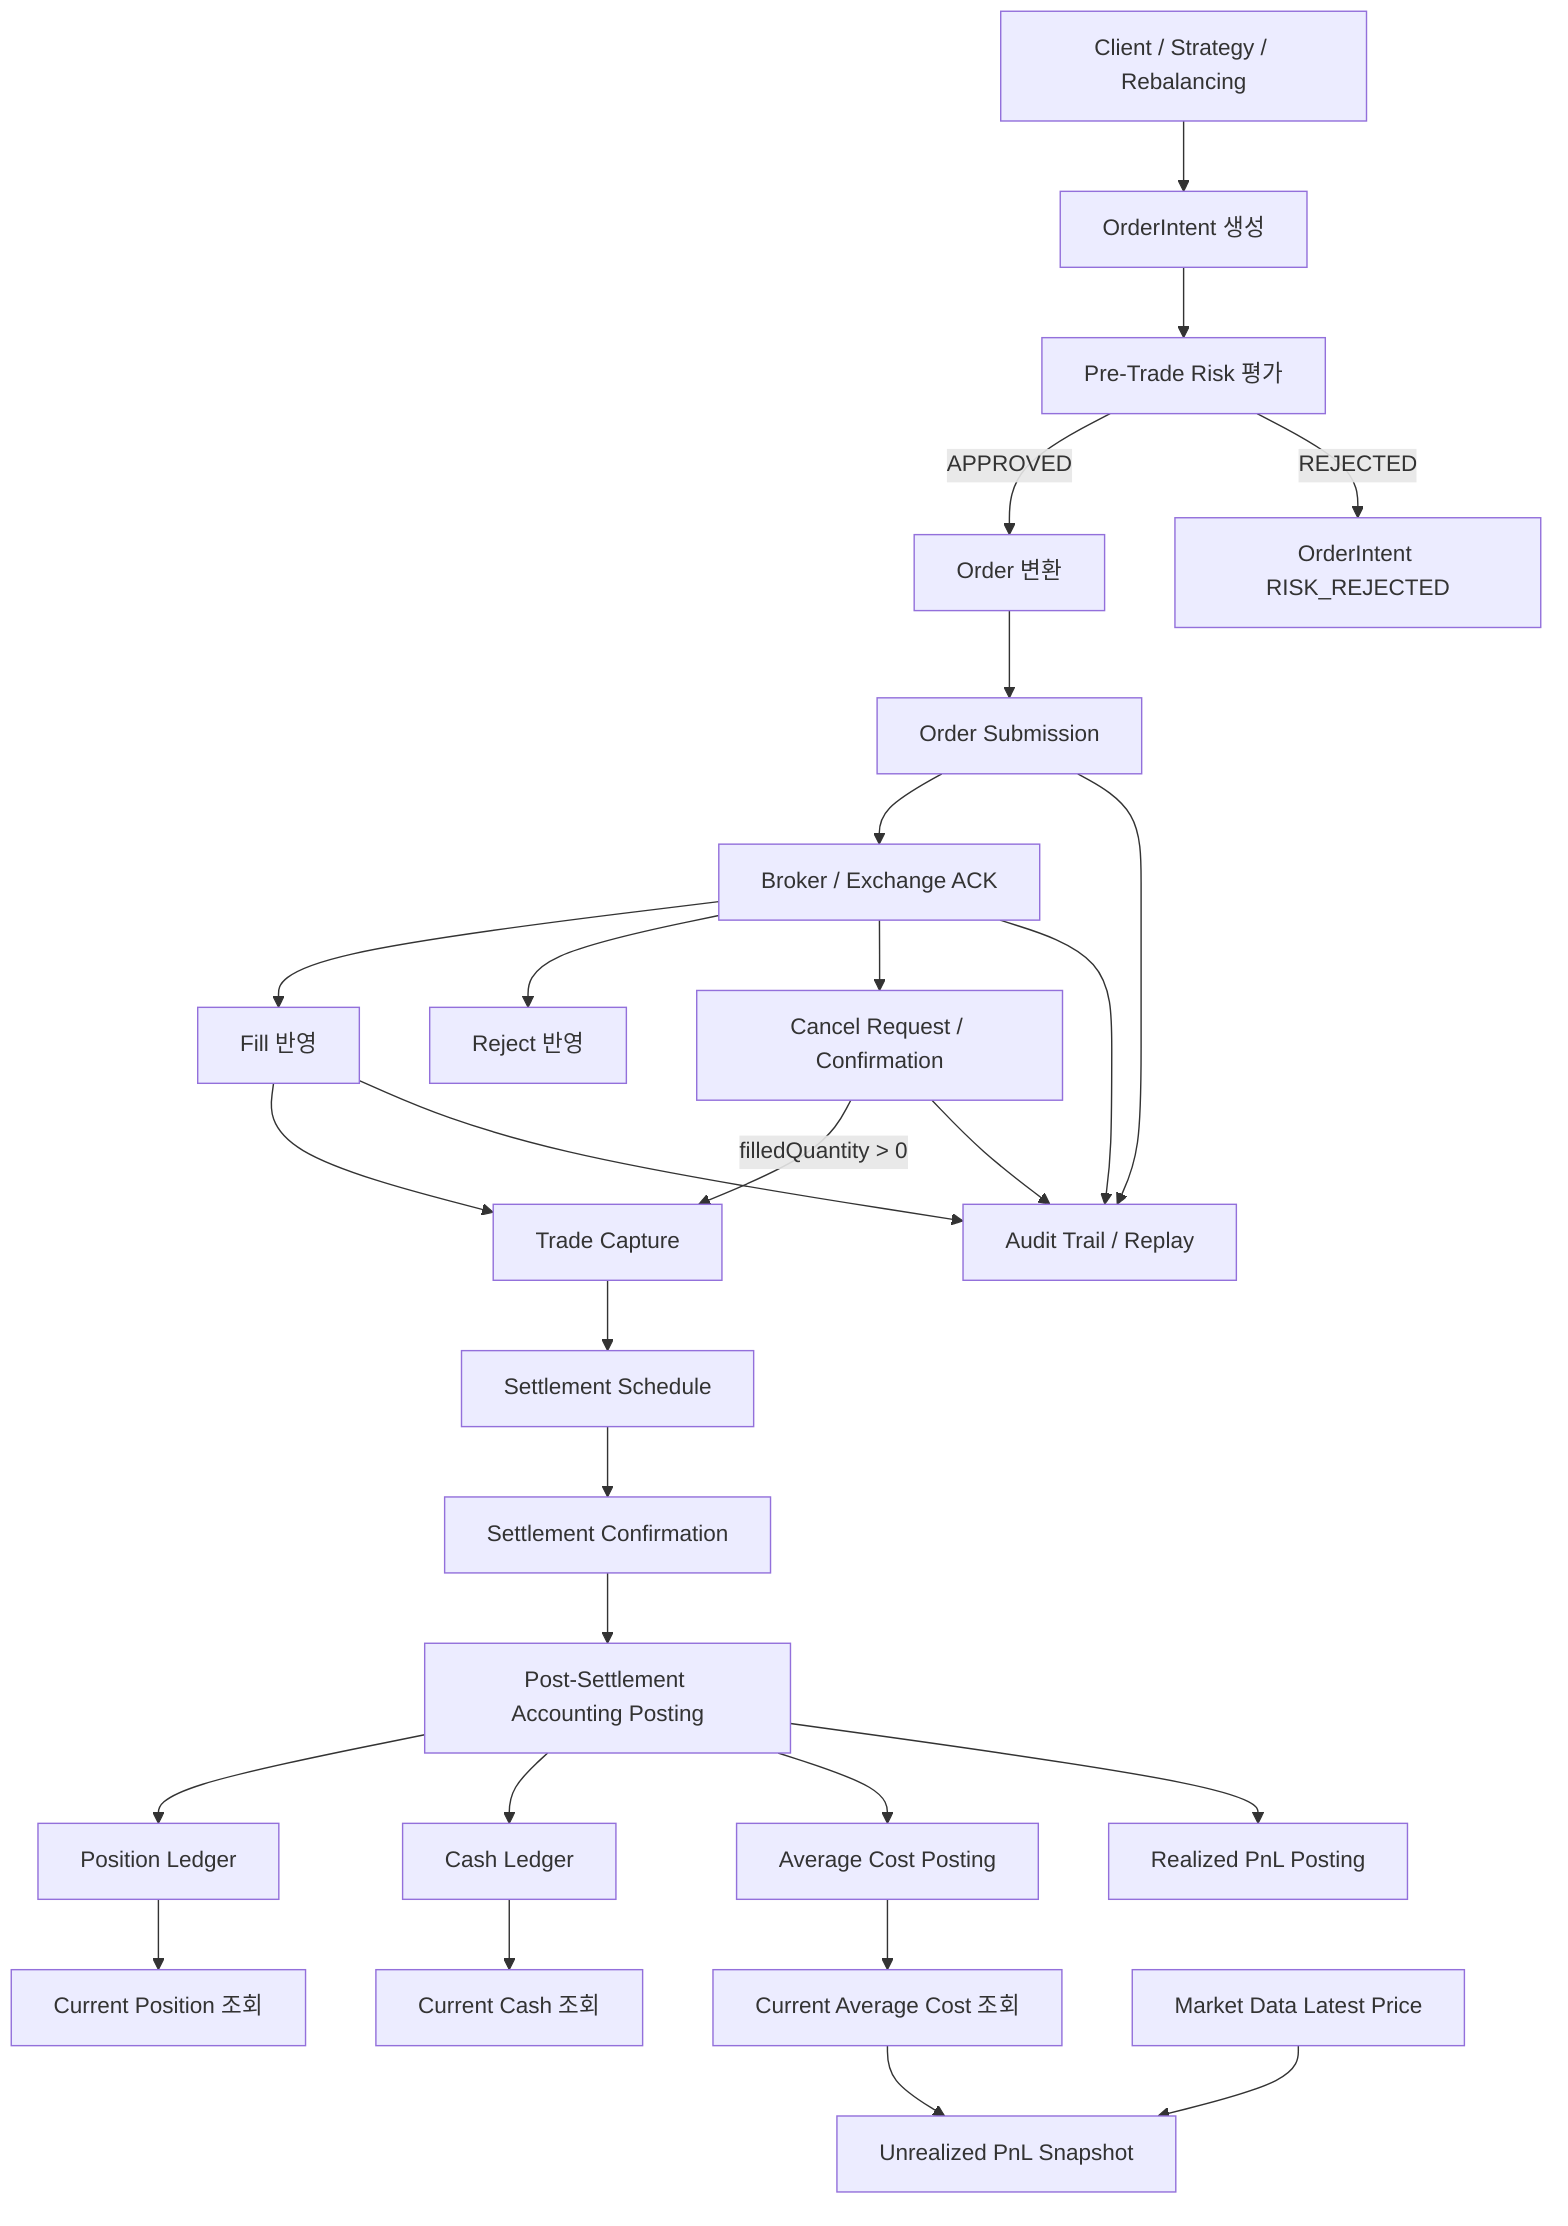
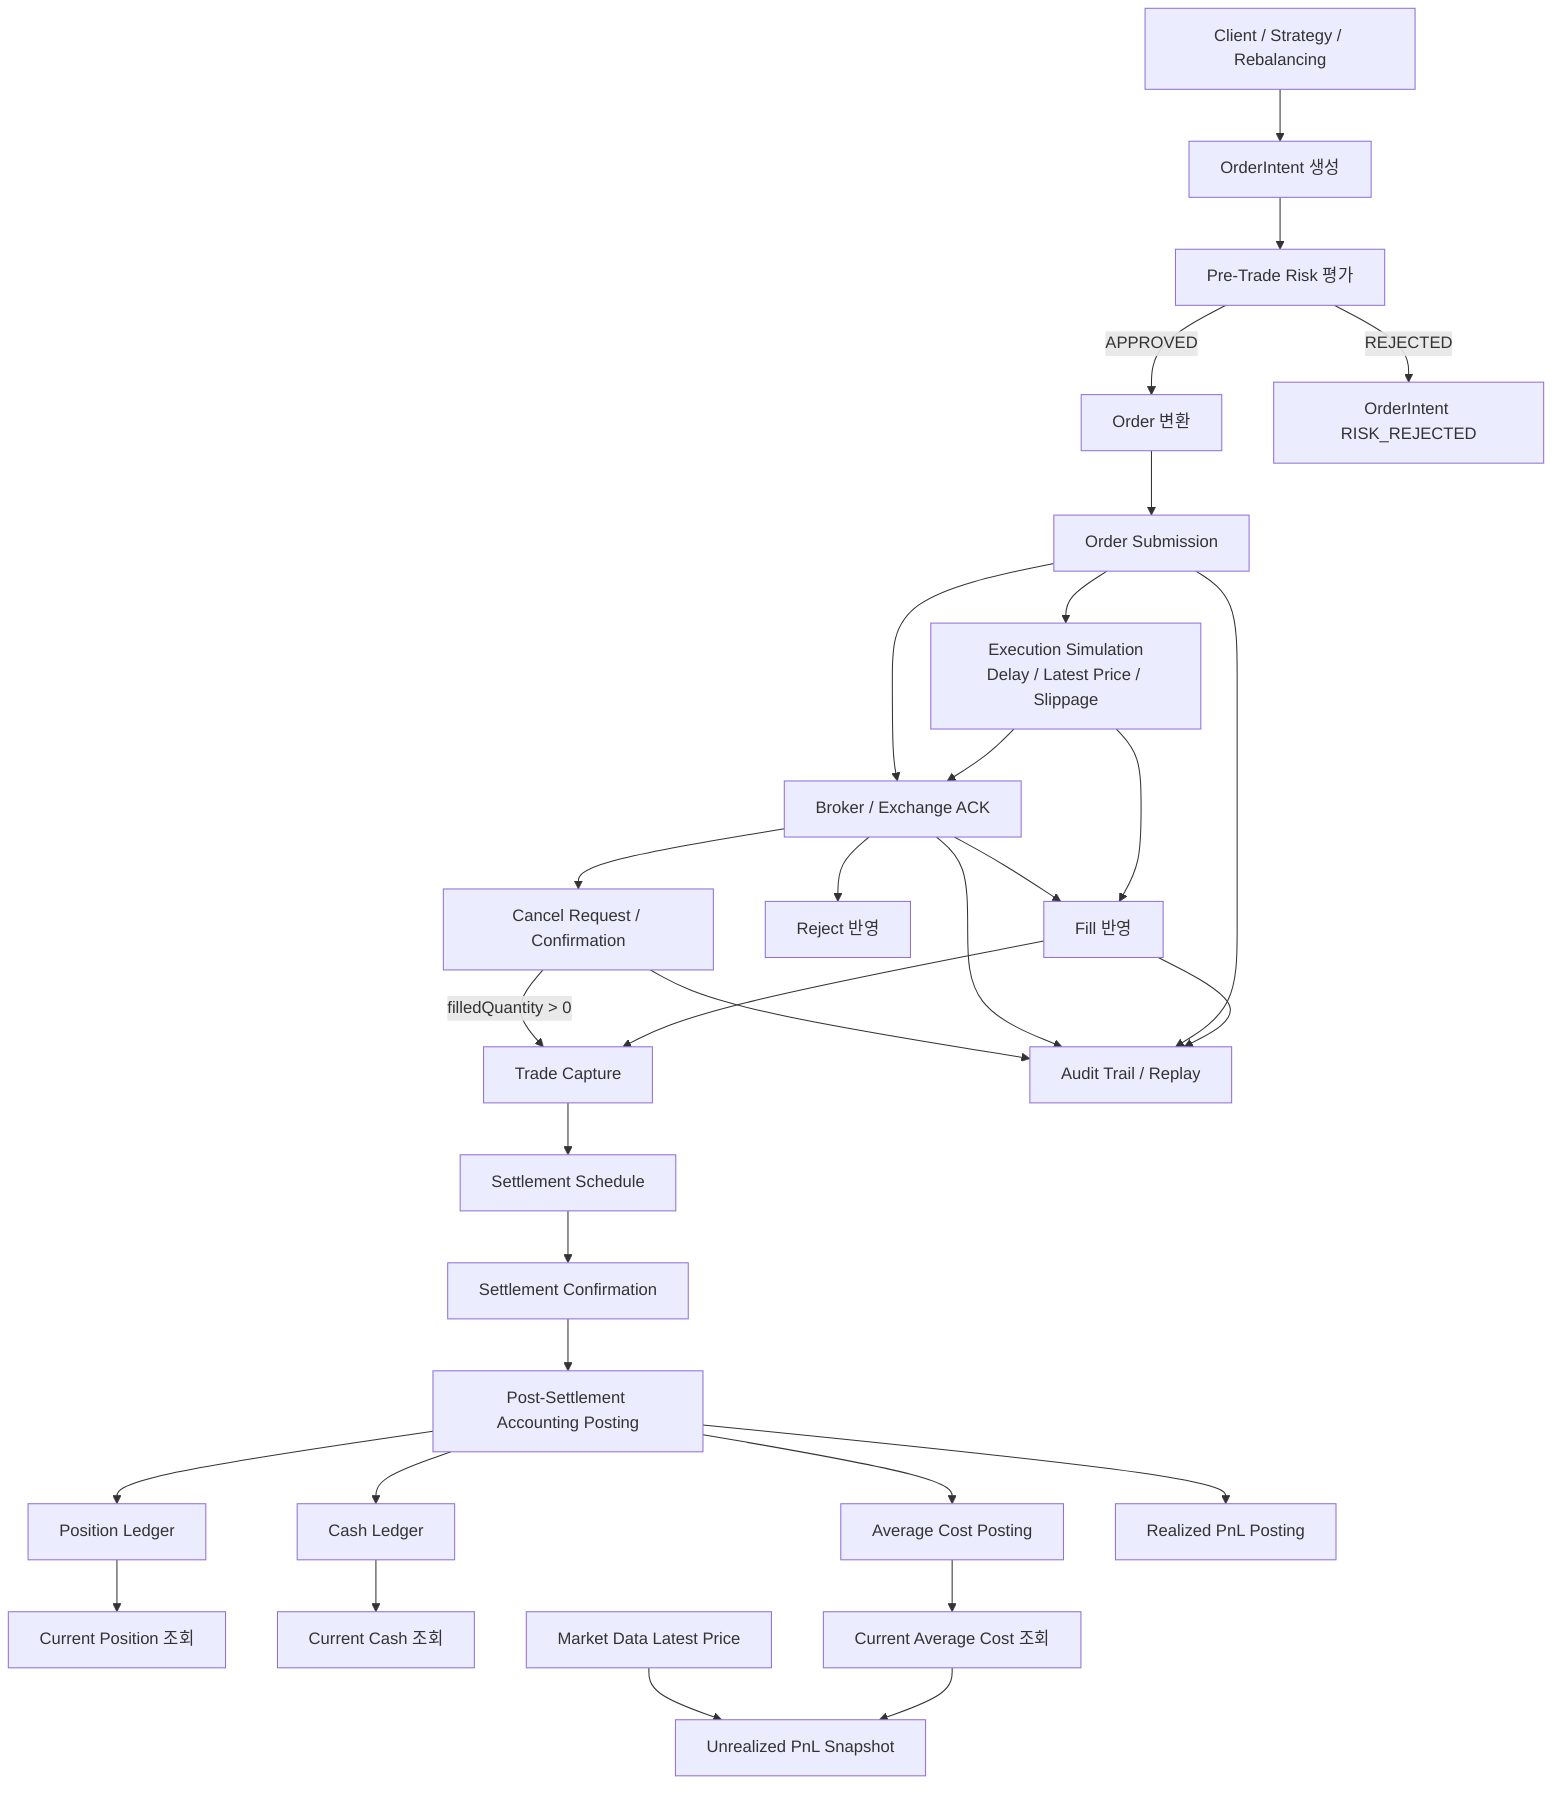
flowchart TD
    A[Client / Strategy / Rebalancing] --> B[OrderIntent 생성]
    B --> C[Pre-Trade Risk 평가]
    C -->|APPROVED| D[Order 변환]
    C -->|REJECTED| C1[OrderIntent RISK_REJECTED]

    D --> E[Order Submission]
-     E --> F[Broker / Exchange ACK]
-     F --> G[Fill 반영]
+     E --> X[Execution Simulation<br/>Delay / Latest Price / Slippage]
+     X --> F[Broker / Exchange ACK]
+     X --> G[Fill 반영]
+     E --> F
+     F --> G
    F --> H[Reject 반영]
    F --> I[Cancel Request / Confirmation]

    G --> J[Trade Capture]
    I -->|filledQuantity > 0| J

    J --> K[Settlement Schedule]
    K --> L[Settlement Confirmation]
    L --> M[Post-Settlement Accounting Posting]

    M --> N[Position Ledger]
    M --> O[Cash Ledger]
    M --> P[Average Cost Posting]
    M --> T[Realized PnL Posting]

    N --> Q[Current Position 조회]
    O --> R[Current Cash 조회]
    P --> S[Current Average Cost 조회]

    S --> U[Unrealized PnL Snapshot]
    V[Market Data Latest Price] --> U

    G --> W[Audit Trail / Replay]
    E --> W
    F --> W
    I --> W
